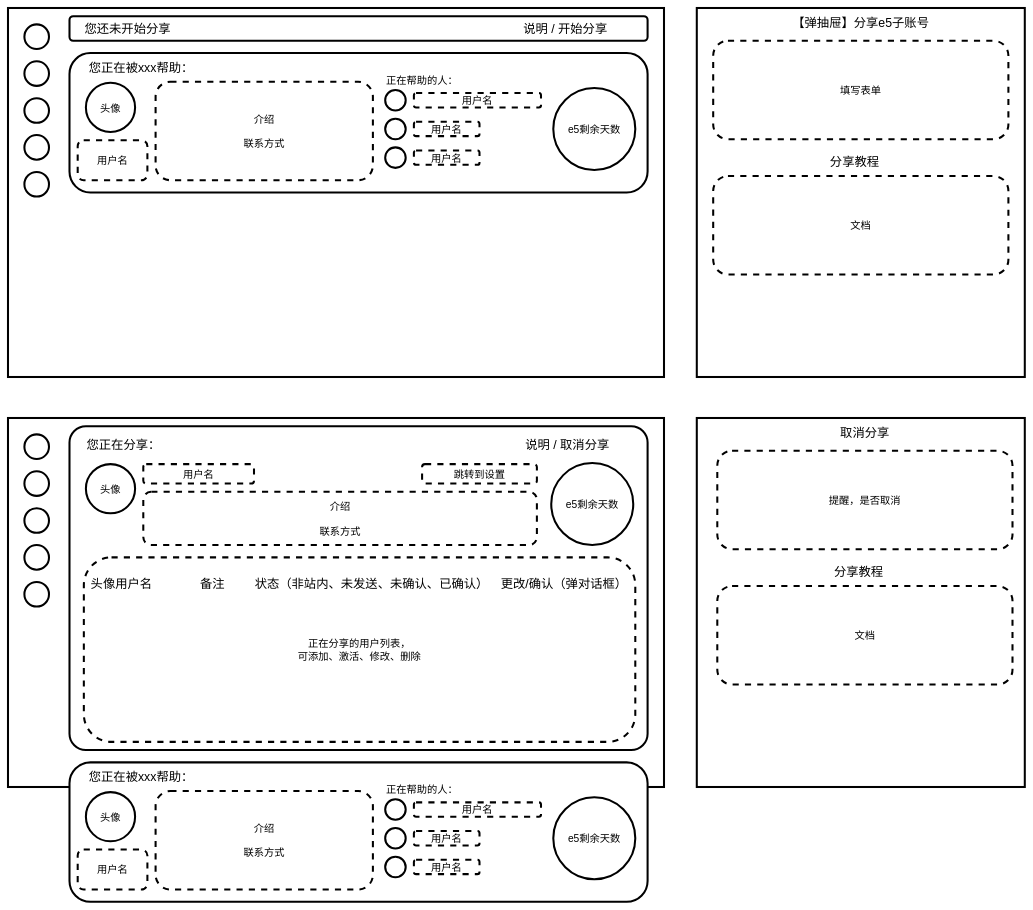
The draw.io diagram 页面设计/e5账号分享管理页.drawio in haruki1953/240215-e5-website-dev-diary, before the edit. Source tidied: cells renumbered, new cells numbered last; positions are measured from the earlier drawing's top-left corner, leaving out a move shared by most shapes. Both pictures are drawn from the tidied source at 41%, with x=0, y=0 at pixel (8, 8).
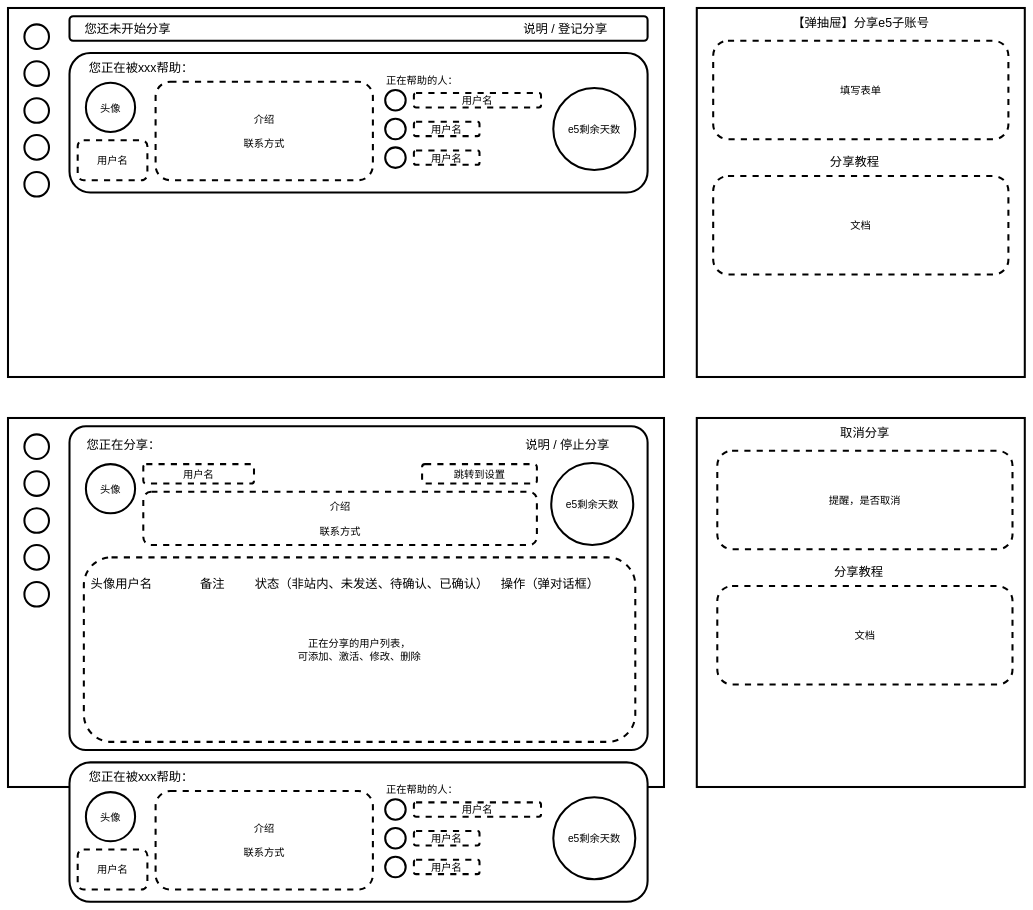
Above is the later version.

Diff of the diagram source:
```diff
@@
-    <mxCell id="51" value="说明 / 取消分享" style="text;html=1;strokeColor=none;fillColor=none;align=left;verticalAlign=middle;whiteSpace=wrap;rounded=0;fontSize=30;" parent="1" vertex="1">
+    <mxCell id="51" value="说明 / 停止分享" style="text;html=1;strokeColor=none;fillColor=none;align=left;verticalAlign=middle;whiteSpace=wrap;rounded=0;fontSize=30;" parent="1" vertex="1">
       <mxGeometry x="1260" y="1050" width="270" height="30" as="geometry" />
     </mxCell>
@@
-    <mxCell id="53" value="说明 / 开始分享" style="text;html=1;strokeColor=none;fillColor=none;align=left;verticalAlign=middle;whiteSpace=wrap;rounded=0;fontSize=30;" parent="1" vertex="1">
+    <mxCell id="53" value="说明 / 登记分享" style="text;html=1;strokeColor=none;fillColor=none;align=left;verticalAlign=middle;whiteSpace=wrap;rounded=0;fontSize=30;" parent="1" vertex="1">
       <mxGeometry x="1255" y="35" width="270" height="30" as="geometry" />
     </mxCell>
@@
-    <mxCell id="64" value="头像用户名&lt;span style=&quot;white-space: pre;&quot;&gt;&#9;&lt;span style=&quot;white-space: pre;&quot;&gt;&#9;&lt;/span&gt;&lt;/span&gt;备注&lt;span style=&quot;white-space: pre;&quot;&gt;&#9;&lt;/span&gt;&lt;span style=&quot;white-space: pre;&quot;&gt;&#9;&lt;/span&gt;状态（非站内、未发送、未确认、已确认）&lt;span style=&quot;white-space: pre;&quot;&gt;&#9;&lt;/span&gt;更改/确认（弹对话框）" style="text;html=1;strokeColor=none;fillColor=none;align=left;verticalAlign=middle;whiteSpace=wrap;rounded=0;fontSize=30;" parent="1" vertex="1">
+    <mxCell id="64" value="头像用户名&lt;span style=&quot;white-space: pre;&quot;&gt;&#9;&lt;span style=&quot;white-space: pre;&quot;&gt;&#9;&lt;/span&gt;&lt;/span&gt;备注&lt;span style=&quot;white-space: pre;&quot;&gt;&#9;&lt;/span&gt;&lt;span style=&quot;white-space: pre;&quot;&gt;&#9;&lt;/span&gt;状态（非站内、未发送、待确认、已确认）&lt;span style=&quot;white-space: pre;&quot;&gt;&#9;&lt;/span&gt;操作（弹对话框）" style="text;html=1;strokeColor=none;fillColor=none;align=left;verticalAlign=middle;whiteSpace=wrap;rounded=0;fontSize=30;" parent="1" vertex="1">
       <mxGeometry x="200" y="1390" width="1390" height="30" as="geometry" />
     </mxCell>
```
